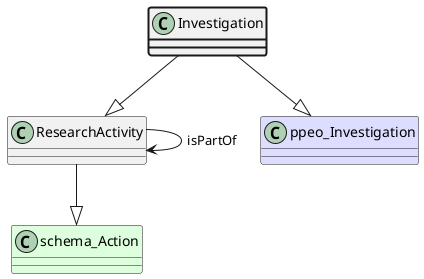
This is ttl_uml/ttl_appn_Investigation.png from aus-plant-phenomics-network/appn-schema, a PlantUML export, as it was before one commit.
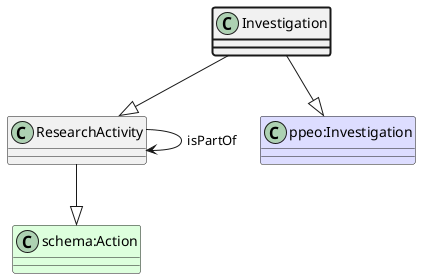
Above is the later version.

What changed in the source:
```diff
@@ -1,11 +1,11 @@
 @startuml
 class Investigation  #line.bold
 class ResearchActivity
-class schema_Action #DDFFDD
-ResearchActivity --|> schema_Action
+class "schema:Action" #DDFFDD
+ResearchActivity --|> "schema:Action"
 class ResearchActivity
 ResearchActivity --> ResearchActivity : isPartOf
 Investigation --|> ResearchActivity
-class ppeo_Investigation #DDDDFF
-Investigation --|> ppeo_Investigation
+class "ppeo:Investigation" #DDDDFF
+Investigation --|> "ppeo:Investigation"
 @enduml
```
